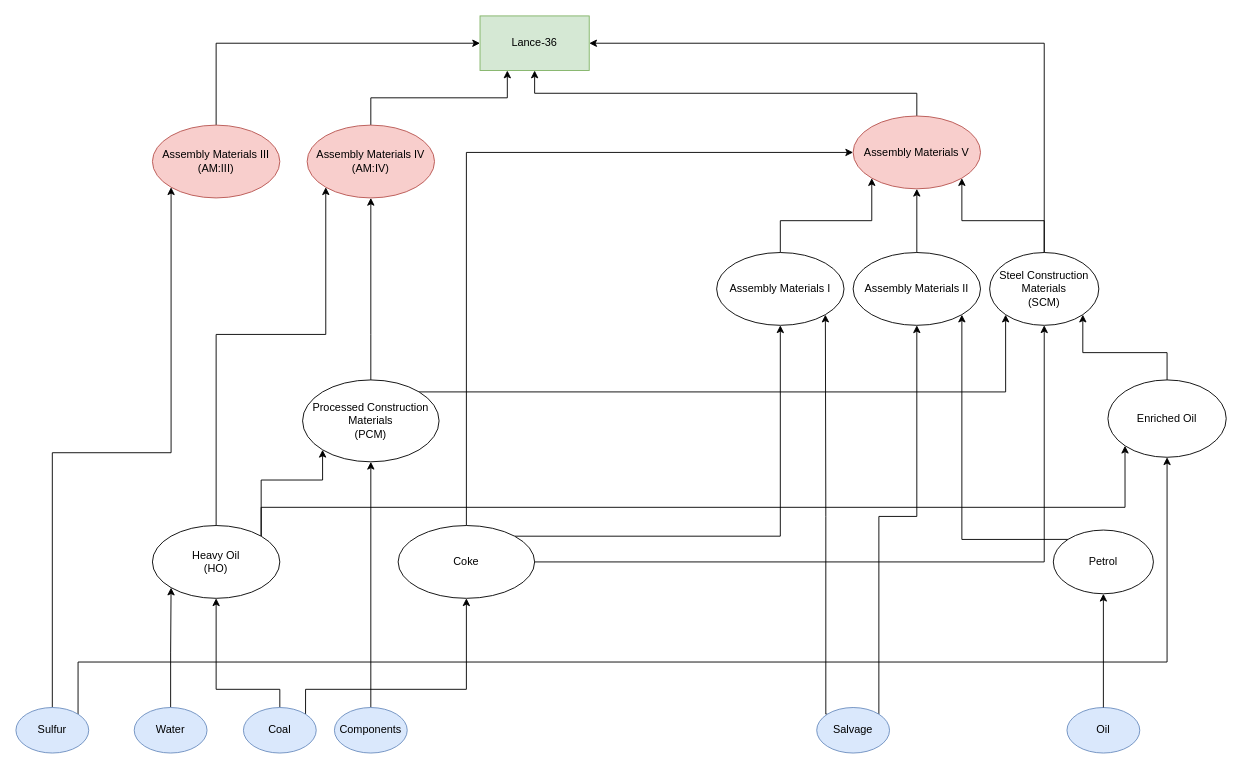
Earlier version of the draw.io diagram Диаграмма без названия.drawio (Kratos1245/other). Source tidied: cells renumbered, new cells numbered last; positions are measured from the earlier drawing's top-left corner, leaving out a move shared by most shapes. Both pictures are drawn from the tidied source at 91%, with x=0, y=0 at pixel (15, 15).
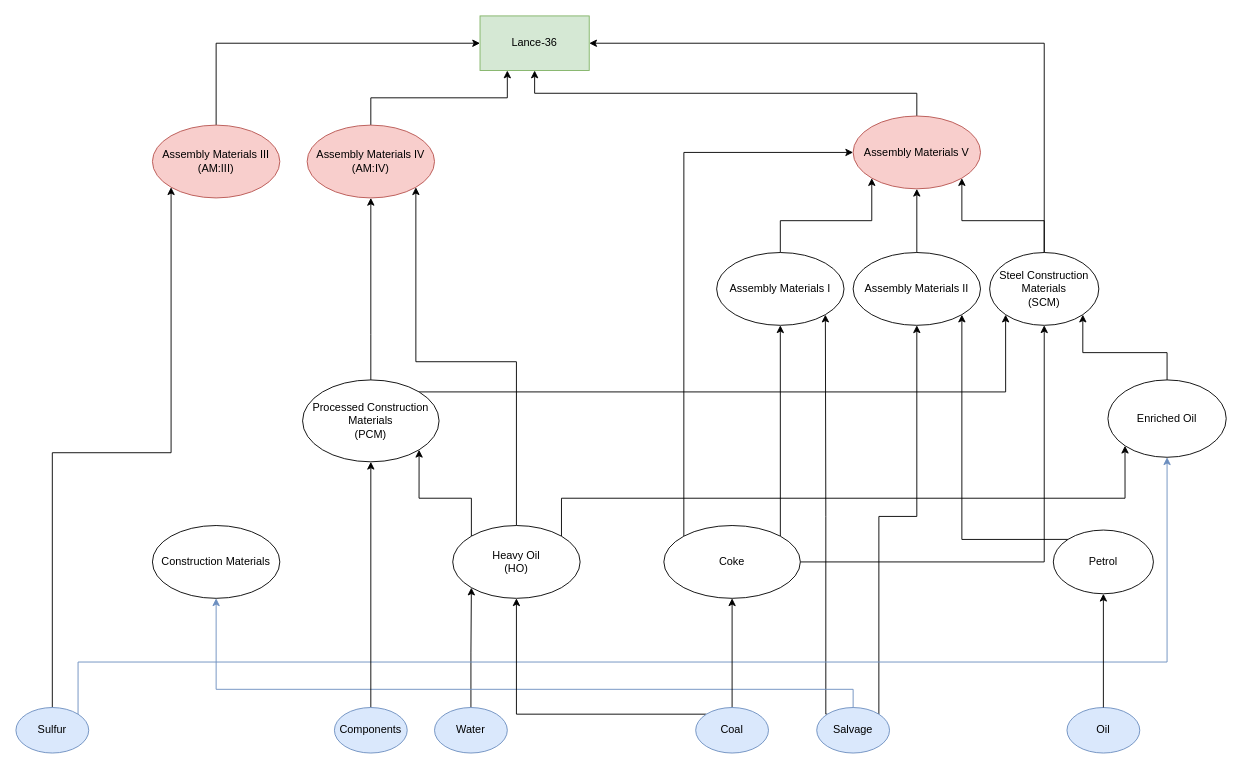
The same diagram, later.

The change refers to these unchanged cells:
```xml
<mxCell id="6" value="Assembly Materials IV&lt;br&gt;(AM:IV)" style="ellipse;whiteSpace=wrap;html=1;fillColor=#f8cecc;strokeColor=#b85450;" parent="1" vertex="1">
  <mxGeometry x="320" y="120" width="140" height="80" as="geometry" />
</mxCell>
<mxCell id="8" value="Assembly Materials V" style="ellipse;whiteSpace=wrap;html=1;fillColor=#f8cecc;strokeColor=#b85450;" parent="1" vertex="1">
  <mxGeometry x="920" y="110" width="140" height="80" as="geometry" />
</mxCell>
<mxCell id="14" value="Processed Construction Materials &lt;br&gt;(PCM)" style="ellipse;whiteSpace=wrap;html=1;" parent="1" vertex="1">
  <mxGeometry x="315" y="400" width="150" height="90" as="geometry" />
</mxCell>
<mxCell id="23" value="Salvage" style="ellipse;whiteSpace=wrap;html=1;fillColor=#dae8fc;strokeColor=#6c8ebf;" parent="1" vertex="1">
  <mxGeometry x="880" y="760" width="80" height="50" as="geometry" />
</mxCell>
<mxCell id="26" value="Sulfur" style="ellipse;whiteSpace=wrap;html=1;fillColor=#dae8fc;strokeColor=#6c8ebf;" parent="1" vertex="1">
  <mxGeometry y="760" width="80" height="50" as="geometry" />
</mxCell>
<mxCell id="42" value="Enriched Oil" style="ellipse;whiteSpace=wrap;html=1;" parent="1" vertex="1">
  <mxGeometry x="1200" y="400" width="130" height="85" as="geometry" />
</mxCell>
```

What changed in the source:
```diff
@@
-    <mxCell id="15" style="edgeStyle=orthogonalEdgeStyle;rounded=0;jettySize=auto;html=1;exitX=1;exitY=0;exitDx=0;exitDy=0;entryX=0;entryY=1;entryDx=0;entryDy=0;" parent="1" edge="1" source="18" target="14">
-      <mxGeometry relative="1" as="geometry">
-        <Array as="points">
-          <mxPoint x="270" y="510" />
-          <mxPoint x="337" y="510" />
-        </Array>
-      </mxGeometry>
-    </mxCell>
-    <mxCell id="16" style="edgeStyle=orthogonalEdgeStyle;rounded=0;jettySize=auto;html=1;exitX=0.5;exitY=0;exitDx=0;exitDy=0;entryX=0;entryY=1;entryDx=0;entryDy=0;" parent="1" edge="1" source="18" target="6">
-      <mxGeometry relative="1" as="geometry">
-        <Array as="points">
-          <mxPoint x="220" y="350" />
-          <mxPoint x="341" y="350" />
-        </Array>
-      </mxGeometry>
+    <mxCell id="16" style="edgeStyle=orthogonalEdgeStyle;rounded=0;jettySize=auto;html=1;exitX=0.5;exitY=0;exitDx=0;exitDy=0;entryX=1;entryY=1;entryDx=0;entryDy=0;" parent="1" edge="1" source="18" target="6">
+      <mxGeometry relative="1" as="geometry" />
     </mxCell>
     <mxCell id="17" style="edgeStyle=orthogonalEdgeStyle;rounded=0;jettySize=auto;html=1;exitX=1;exitY=0;exitDx=0;exitDy=0;entryX=0;entryY=1;entryDx=0;entryDy=0;" parent="1" edge="1" source="18" target="42">
       <mxGeometry relative="1" as="geometry">
         <Array as="points">
-          <mxPoint x="270" y="540" />
-          <mxPoint x="1219" y="540" />
+          <mxPoint x="599" y="530" />
+          <mxPoint x="1219" y="530" />
         </Array>
       </mxGeometry>
     </mxCell>
+    <mxCell id="15" style="edgeStyle=orthogonalEdgeStyle;rounded=0;jettySize=auto;html=1;exitX=0;exitY=0;exitDx=0;exitDy=0;entryX=1;entryY=1;entryDx=0;entryDy=0;" parent="1" edge="1" source="18" target="14">
+      <mxGeometry relative="1" as="geometry">
+        <Array as="points">
+          <mxPoint x="501" y="530" />
+          <mxPoint x="443" y="530" />
+        </Array>
+      </mxGeometry>
+    </mxCell>
     <mxCell id="18" value="Heavy Oil&lt;br&gt;(HO)" style="ellipse;whiteSpace=wrap;html=1;" parent="1" vertex="1">
-      <mxGeometry x="150" y="560" width="140" height="80" as="geometry" />
+      <mxGeometry x="480" y="560" width="140" height="80" as="geometry" />
     </mxCell>
@@
     <mxCell id="20" value="Water" style="ellipse;whiteSpace=wrap;html=1;fillColor=#dae8fc;strokeColor=#6c8ebf;" parent="1" vertex="1">
-      <mxGeometry x="130" y="760" width="80" height="50" as="geometry" />
+      <mxGeometry x="460" y="760" width="80" height="50" as="geometry" />
     </mxCell>
@@
+    <mxCell id="46" style="edgeStyle=orthogonalEdgeStyle;rounded=0;jettySize=auto;html=1;exitX=0.5;exitY=0;exitDx=0;exitDy=0;entryX=0.5;entryY=1;entryDx=0;entryDy=0;fillColor=#dae8fc;strokeColor=#6c8ebf;" parent="1" edge="1" source="23" target="47">
+      <mxGeometry relative="1" as="geometry">
+        <Array as="points">
+          <mxPoint x="920" y="740" />
+          <mxPoint x="220" y="740" />
+        </Array>
+      </mxGeometry>
+    </mxCell>
@@
-    <mxCell id="25" style="edgeStyle=orthogonalEdgeStyle;rounded=0;jettySize=auto;html=1;exitX=1;exitY=0;exitDx=0;exitDy=0;entryX=0.5;entryY=1;entryDx=0;entryDy=0;" parent="1" edge="1" source="26" target="42">
+    <mxCell id="25" style="edgeStyle=orthogonalEdgeStyle;rounded=0;jettySize=auto;html=1;exitX=1;exitY=0;exitDx=0;exitDy=0;entryX=0.5;entryY=1;entryDx=0;entryDy=0;fillColor=#dae8fc;strokeColor=#6c8ebf;" parent="1" edge="1" source="26" target="42">
       <mxGeometry relative="1" as="geometry">
         <Array as="points">
           <mxPoint x="68" y="710" />
           <mxPoint x="1265" y="710" />
         </Array>
       </mxGeometry>
     </mxCell>
@@
+    <mxCell id="30" style="edgeStyle=orthogonalEdgeStyle;rounded=0;jettySize=auto;html=1;exitX=0.5;exitY=0;exitDx=0;exitDy=0;entryX=0.5;entryY=1;entryDx=0;entryDy=0;" parent="1" edge="1" source="31" target="40">
+      <mxGeometry relative="1" as="geometry" />
+    </mxCell>
-    <mxCell id="29" style="edgeStyle=orthogonalEdgeStyle;rounded=0;jettySize=auto;html=1;exitX=0.5;exitY=0;exitDx=0;exitDy=0;entryX=0.5;entryY=1;entryDx=0;entryDy=0;" parent="1" edge="1" source="31" target="18">
-      <mxGeometry relative="1" as="geometry">
-        <Array as="points">
-          <mxPoint x="290" y="740" />
-          <mxPoint x="220" y="740" />
-        </Array>
-      </mxGeometry>
+    <mxCell id="29" style="edgeStyle=orthogonalEdgeStyle;rounded=0;jettySize=auto;html=1;exitX=0;exitY=0;exitDx=0;exitDy=0;entryX=0.5;entryY=1;entryDx=0;entryDy=0;" parent="1" edge="1" source="31" target="18">
+      <mxGeometry relative="1" as="geometry" />
     </mxCell>
-    <mxCell id="30" style="edgeStyle=orthogonalEdgeStyle;rounded=0;jettySize=auto;html=1;exitX=1;exitY=0;exitDx=0;exitDy=0;entryX=0.5;entryY=1;entryDx=0;entryDy=0;" parent="1" edge="1" source="31" target="40">
-      <mxGeometry relative="1" as="geometry">
-        <Array as="points">
-          <mxPoint x="318" y="740" />
-          <mxPoint x="495" y="740" />
-        </Array>
-      </mxGeometry>
-    </mxCell>
     <mxCell id="31" value="Coal" style="ellipse;whiteSpace=wrap;html=1;fillColor=#dae8fc;strokeColor=#6c8ebf;" parent="1" vertex="1">
-      <mxGeometry x="250" y="760" width="80" height="50" as="geometry" />
+      <mxGeometry x="747" y="760" width="80" height="50" as="geometry" />
     </mxCell>
@@
-    <mxCell id="39" style="edgeStyle=orthogonalEdgeStyle;rounded=0;jettySize=auto;html=1;exitX=0.5;exitY=0;exitDx=0;exitDy=0;entryX=0;entryY=0.5;entryDx=0;entryDy=0;" parent="1" edge="1" source="40" target="8">
-      <mxGeometry relative="1" as="geometry" />
+    <mxCell id="39" style="edgeStyle=orthogonalEdgeStyle;rounded=0;jettySize=auto;html=1;exitX=0;exitY=0;exitDx=0;exitDy=0;entryX=0;entryY=0.5;entryDx=0;entryDy=0;" parent="1" edge="1" source="40" target="8">
+      <mxGeometry relative="1" as="geometry">
+        <Array as="points">
+          <mxPoint x="734" y="150" />
+        </Array>
+      </mxGeometry>
     </mxCell>
     <mxCell id="40" value="Coke" style="ellipse;whiteSpace=wrap;html=1;" parent="1" vertex="1">
-      <mxGeometry x="420" y="560" width="150" height="80" as="geometry" />
+      <mxGeometry x="712" y="560" width="150" height="80" as="geometry" />
     </mxCell>
@@
+    <mxCell id="47" value="Construction Materials" style="ellipse;whiteSpace=wrap;html=1;" parent="1" vertex="1">
+      <mxGeometry x="150" y="560" width="140" height="80" as="geometry" />
+    </mxCell>
```
